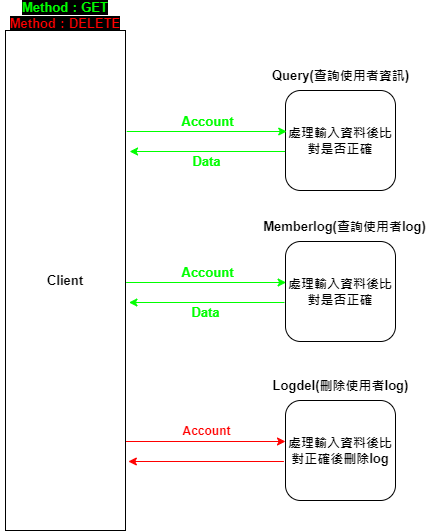
Anla3421/myGoMemberServer keeps this draw.io diagram as chart flow memberServer2.png. Above is the earlier version. Source tidied: cells renumbered, new cells last; positions are measured from the earlier drawing's top-left corner, leaving out a move shared by most shapes. Source of this version:
```xml
<mxGraphModel>
  <root>
    <mxCell id="0" />
    <mxCell id="1" parent="0" />
    <mxCell id="2" value="&lt;span&gt;處理輸入資料後比對是否正確&lt;/span&gt;" style="rounded=1;whiteSpace=wrap;html=1;fontSize=13;fontStyle=1;" parent="1" vertex="1">
      <mxGeometry x="285" y="90" width="110" height="100" as="geometry" />
    </mxCell>
    <mxCell id="3" value="&lt;span&gt;處理輸入資料後比對是否正確&lt;/span&gt;" style="rounded=1;whiteSpace=wrap;html=1;fontSize=13;fontStyle=1;" parent="1" vertex="1">
      <mxGeometry x="285" y="241" width="110" height="100" as="geometry" />
    </mxCell>
    <mxCell id="4" value="Memberlog(查詢使用者log)" style="text;html=1;strokeColor=none;fillColor=none;align=center;verticalAlign=middle;whiteSpace=wrap;rounded=0;fontSize=13;fontStyle=1;" parent="1" vertex="1">
      <mxGeometry x="257.5" y="211" width="173" height="30" as="geometry" />
    </mxCell>
    <mxCell id="5" value="&lt;span&gt;處理輸入資料後比對正確後刪除log&lt;/span&gt;" style="rounded=1;whiteSpace=wrap;html=1;fontSize=13;fontStyle=1;" parent="1" vertex="1">
      <mxGeometry x="285" y="400" width="110" height="100" as="geometry" />
    </mxCell>
    <mxCell id="6" style="endArrow=classic;html=1;rounded=0;entryX=0;entryY=0.5;entryDx=0;entryDy=0;fontColor=#FF0000;labelBorderColor=none;strokeColor=#FF0000;" parent="1" edge="1">
      <mxGeometry relative="1" as="geometry">
        <mxPoint x="125" y="441" as="sourcePoint" />
        <mxPoint x="285" y="441" as="targetPoint" />
      </mxGeometry>
    </mxCell>
    <mxCell id="7" value="Account" style="edgeLabel;html=1;align=center;verticalAlign=middle;fontSize=11;fontStyle=1;fontColor=#FF0000;labelBorderColor=none;endArrow=classic;rounded=0;strokeColor=default;" parent="1" vertex="1">
      <mxGeometry x="205.6" y="430" as="geometry" />
    </mxCell>
    <mxCell id="8" value="Logdel(刪除使用者log)" style="text;html=1;strokeColor=none;fillColor=none;align=center;verticalAlign=middle;whiteSpace=wrap;rounded=0;fontSize=13;fontStyle=1;" parent="1" vertex="1">
      <mxGeometry x="268.5" y="370" width="143" height="30" as="geometry" />
    </mxCell>
    <mxCell id="9" value="Query(查詢使用者資訊)" style="text;html=1;strokeColor=none;fillColor=none;align=center;verticalAlign=middle;whiteSpace=wrap;rounded=0;fontSize=13;fontStyle=1;" parent="1" vertex="1">
      <mxGeometry x="268.5" y="60" width="143" height="30" as="geometry" />
    </mxCell>
    <mxCell id="10" value="Client" style="rounded=0;whiteSpace=wrap;html=1;fontSize=13;fontStyle=1;" parent="1" vertex="1">
      <mxGeometry x="5" y="30" width="120" height="500" as="geometry" />
    </mxCell>
    <mxCell id="11" value="&lt;span style=&quot;background-color: rgb(0 , 0 , 0)&quot;&gt;&lt;font color=&quot;#00ff00&quot;&gt;Method：GET&lt;/font&gt;&lt;br&gt;&lt;font color=&quot;#ff0000&quot;&gt;Method：DELETE&lt;/font&gt;&lt;/span&gt;" style="text;html=1;strokeColor=none;fillColor=none;align=center;verticalAlign=middle;whiteSpace=wrap;rounded=0;fontStyle=1;fontSize=13;" parent="1" vertex="1">
      <mxGeometry width="130" height="30" as="geometry" />
    </mxCell>
    <mxCell id="12" style="edgeStyle=orthogonalEdgeStyle;rounded=0;orthogonalLoop=1;jettySize=auto;html=1;exitX=0;exitY=0.75;exitDx=0;exitDy=0;entryX=1.037;entryY=0.21;entryDx=0;entryDy=0;entryPerimeter=0;fontSize=11;fontColor=#FF0000;labelBorderColor=none;strokeColor=#FF0000;" parent="1" edge="1">
      <mxGeometry relative="1" as="geometry">
        <mxPoint x="283.4" y="461" as="sourcePoint" />
        <mxPoint x="127.8" y="461" as="targetPoint" />
      </mxGeometry>
    </mxCell>
    <mxCell id="13" style="endArrow=classic;html=1;rounded=0;entryX=0;entryY=0.5;entryDx=0;entryDy=0;fontColor=#00FF00;strokeColor=#00FF00;" parent="1" edge="1">
      <mxGeometry relative="1" as="geometry">
        <mxPoint x="125.6" y="282" as="sourcePoint" />
        <mxPoint x="285.6" y="282" as="targetPoint" />
      </mxGeometry>
    </mxCell>
    <mxCell id="14" value="Account" style="edgeLabel;html=1;align=center;verticalAlign=middle;fontSize=13;fontStyle=1;fontColor=#00FF00;" parent="1" vertex="1">
      <mxGeometry x="206.2" y="271" as="geometry" />
    </mxCell>
    <mxCell id="15" style="edgeStyle=orthogonalEdgeStyle;rounded=0;orthogonalLoop=1;jettySize=auto;html=1;exitX=0;exitY=0.75;exitDx=0;exitDy=0;entryX=1.037;entryY=0.21;entryDx=0;entryDy=0;entryPerimeter=0;fontSize=13;fontColor=#00FF00;strokeColor=#00FF00;" parent="1" edge="1">
      <mxGeometry relative="1" as="geometry">
        <mxPoint x="284" y="302" as="sourcePoint" />
        <mxPoint x="128.4" y="302" as="targetPoint" />
      </mxGeometry>
    </mxCell>
    <mxCell id="16" value="Data" style="edgeLabel;html=1;align=center;verticalAlign=middle;fontSize=13;fontStyle=1;fontColor=#00FF00;" parent="1" vertex="1">
      <mxGeometry x="204.6" y="311" as="geometry" />
    </mxCell>
    <mxCell id="17" style="endArrow=classic;html=1;rounded=0;entryX=0;entryY=0.5;entryDx=0;entryDy=0;fontColor=#00FF00;strokeColor=#00FF00;" parent="1" edge="1">
      <mxGeometry relative="1" as="geometry">
        <mxPoint x="126.2" y="131" as="sourcePoint" />
        <mxPoint x="286.2" y="131" as="targetPoint" />
      </mxGeometry>
    </mxCell>
    <mxCell id="18" value="Account" style="edgeLabel;html=1;align=center;verticalAlign=middle;fontSize=13;fontStyle=1;fontColor=#00FF00;" parent="1" vertex="1">
      <mxGeometry x="206.8" y="120" as="geometry" />
    </mxCell>
    <mxCell id="19" style="edgeStyle=orthogonalEdgeStyle;rounded=0;orthogonalLoop=1;jettySize=auto;html=1;exitX=0;exitY=0.75;exitDx=0;exitDy=0;entryX=1.037;entryY=0.21;entryDx=0;entryDy=0;entryPerimeter=0;fontSize=13;fontColor=#00FF00;strokeColor=#00FF00;" parent="1" edge="1">
      <mxGeometry relative="1" as="geometry">
        <mxPoint x="284.6" y="151" as="sourcePoint" />
        <mxPoint x="129" y="151" as="targetPoint" />
      </mxGeometry>
    </mxCell>
    <mxCell id="20" value="Data" style="edgeLabel;html=1;align=center;verticalAlign=middle;fontSize=13;fontStyle=1;fontColor=#00FF00;" parent="1" vertex="1">
      <mxGeometry x="205.2" y="160" as="geometry" />
    </mxCell>
  </root>
</mxGraphModel>
```
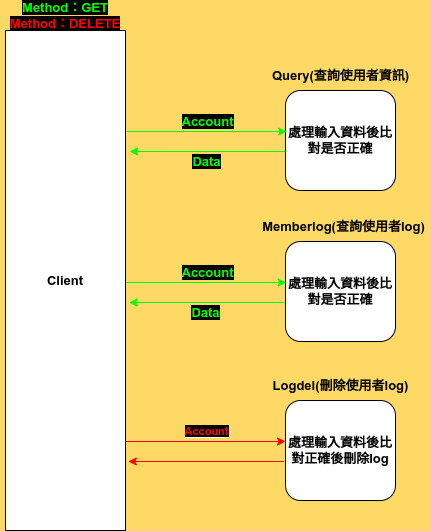
Above is the later version.

The edit, as a diff of the source:
```diff
@@ -1,81 +1,81 @@
-<mxGraphModel>
+<mxGraphModel background="#FFD966">
   <root>
-    <mxCell id="0" />
-    <mxCell id="1" parent="0" />
-    <mxCell id="2" value="&lt;span&gt;處理輸入資料後比對是否正確&lt;/span&gt;" style="rounded=1;whiteSpace=wrap;html=1;fontSize=13;fontStyle=1;" parent="1" vertex="1">
-      <mxGeometry x="285" y="90" width="110" height="100" as="geometry" />
-    </mxCell>
-    <mxCell id="3" value="&lt;span&gt;處理輸入資料後比對是否正確&lt;/span&gt;" style="rounded=1;whiteSpace=wrap;html=1;fontSize=13;fontStyle=1;" parent="1" vertex="1">
-      <mxGeometry x="285" y="241" width="110" height="100" as="geometry" />
-    </mxCell>
+    <mxCell id="21" />
+    <mxCell id="22" parent="21" />
+    <mxCell id="23" value="&lt;span&gt;處理輸入資料後比對是否正確&lt;/span&gt;" style="rounded=1;whiteSpace=wrap;html=1;fontSize=13;fontStyle=1;" parent="22" vertex="1">
+      <mxGeometry x="285" y="90" width="110" height="100" as="geometry" />
+    </mxCell>
+    <mxCell id="24" value="&lt;span&gt;處理輸入資料後比對是否正確&lt;/span&gt;" style="rounded=1;whiteSpace=wrap;html=1;fontSize=13;fontStyle=1;" parent="22" vertex="1">
+      <mxGeometry x="285" y="241" width="110" height="100" as="geometry" />
+    </mxCell>
-    <mxCell id="4" value="Memberlog(查詢使用者log)" style="text;html=1;strokeColor=none;fillColor=none;align=center;verticalAlign=middle;whiteSpace=wrap;rounded=0;fontSize=13;fontStyle=1;" parent="1" vertex="1">
+    <mxCell id="4" value="Memberlog(查詢使用者log)" style="text;html=1;strokeColor=none;fillColor=none;align=center;verticalAlign=middle;whiteSpace=wrap;rounded=0;fontSize=13;fontStyle=1;" parent="22" vertex="1">
       <mxGeometry x="257.5" y="211" width="173" height="30" as="geometry" />
     </mxCell>
-    <mxCell id="5" value="&lt;span&gt;處理輸入資料後比對正確後刪除log&lt;/span&gt;" style="rounded=1;whiteSpace=wrap;html=1;fontSize=13;fontStyle=1;" parent="1" vertex="1">
+    <mxCell id="5" value="&lt;span&gt;處理輸入資料後比對正確後刪除log&lt;/span&gt;" style="rounded=1;whiteSpace=wrap;html=1;fontSize=13;fontStyle=1;" parent="22" vertex="1">
       <mxGeometry x="285" y="400" width="110" height="100" as="geometry" />
     </mxCell>
-    <mxCell id="6" style="endArrow=classic;html=1;rounded=0;entryX=0;entryY=0.5;entryDx=0;entryDy=0;fontColor=#FF0000;labelBorderColor=none;strokeColor=#FF0000;" parent="1" edge="1">
-      <mxGeometry relative="1" as="geometry">
-        <mxPoint x="125" y="441" as="sourcePoint" />
-        <mxPoint x="285" y="441" as="targetPoint" />
-      </mxGeometry>
-    </mxCell>
-    <mxCell id="7" value="Account" style="edgeLabel;html=1;align=center;verticalAlign=middle;fontSize=11;fontStyle=1;fontColor=#FF0000;labelBorderColor=none;endArrow=classic;rounded=0;strokeColor=default;" parent="1" vertex="1">
-      <mxGeometry x="205.6" y="430" as="geometry" />
-    </mxCell>
+    <mxCell id="25" style="endArrow=classic;html=1;rounded=0;entryX=0;entryY=0.5;entryDx=0;entryDy=0;fontColor=#FF0000;labelBorderColor=none;strokeColor=#FF0000;" parent="22" edge="1">
+      <mxGeometry relative="1" as="geometry">
+        <mxPoint x="125" y="441" as="sourcePoint" />
+        <mxPoint x="285" y="441" as="targetPoint" />
+      </mxGeometry>
+    </mxCell>
+    <mxCell id="26" value="&lt;span style=&quot;background-color: rgb(0, 0, 0);&quot;&gt;Account&lt;/span&gt;" style="edgeLabel;html=1;align=center;verticalAlign=middle;fontSize=11;fontStyle=1;fontColor=#FF0000;labelBorderColor=none;endArrow=classic;rounded=0;strokeColor=default;" parent="22" vertex="1">
+      <mxGeometry x="205.6" y="430" as="geometry" />
+    </mxCell>
-    <mxCell id="8" value="Logdel(刪除使用者log)" style="text;html=1;strokeColor=none;fillColor=none;align=center;verticalAlign=middle;whiteSpace=wrap;rounded=0;fontSize=13;fontStyle=1;" parent="1" vertex="1">
+    <mxCell id="8" value="Logdel(刪除使用者log)" style="text;html=1;strokeColor=none;fillColor=none;align=center;verticalAlign=middle;whiteSpace=wrap;rounded=0;fontSize=13;fontStyle=1;" parent="22" vertex="1">
       <mxGeometry x="268.5" y="370" width="143" height="30" as="geometry" />
     </mxCell>
-    <mxCell id="9" value="Query(查詢使用者資訊)" style="text;html=1;strokeColor=none;fillColor=none;align=center;verticalAlign=middle;whiteSpace=wrap;rounded=0;fontSize=13;fontStyle=1;" parent="1" vertex="1">
+    <mxCell id="9" value="Query(查詢使用者資訊)" style="text;html=1;strokeColor=none;fillColor=none;align=center;verticalAlign=middle;whiteSpace=wrap;rounded=0;fontSize=13;fontStyle=1;" parent="22" vertex="1">
       <mxGeometry x="268.5" y="60" width="143" height="30" as="geometry" />
     </mxCell>
-    <mxCell id="10" value="Client" style="rounded=0;whiteSpace=wrap;html=1;fontSize=13;fontStyle=1;" parent="1" vertex="1">
+    <mxCell id="10" value="Client" style="rounded=0;whiteSpace=wrap;html=1;fontSize=13;fontStyle=1;" parent="22" vertex="1">
       <mxGeometry x="5" y="30" width="120" height="500" as="geometry" />
     </mxCell>
-    <mxCell id="11" value="&lt;span style=&quot;background-color: rgb(0 , 0 , 0)&quot;&gt;&lt;font color=&quot;#00ff00&quot;&gt;Method：GET&lt;/font&gt;&lt;br&gt;&lt;font color=&quot;#ff0000&quot;&gt;Method：DELETE&lt;/font&gt;&lt;/span&gt;" style="text;html=1;strokeColor=none;fillColor=none;align=center;verticalAlign=middle;whiteSpace=wrap;rounded=0;fontStyle=1;fontSize=13;" parent="1" vertex="1">
+    <mxCell id="11" value="&lt;span style=&quot;background-color: rgb(0 , 0 , 0)&quot;&gt;&lt;font color=&quot;#00ff00&quot;&gt;Method：GET&lt;/font&gt;&lt;br&gt;&lt;font color=&quot;#ff0000&quot;&gt;Method：DELETE&lt;/font&gt;&lt;/span&gt;" style="text;html=1;strokeColor=none;fillColor=none;align=center;verticalAlign=middle;whiteSpace=wrap;rounded=0;fontStyle=1;fontSize=13;" parent="22" vertex="1">
       <mxGeometry width="130" height="30" as="geometry" />
     </mxCell>
-    <mxCell id="12" style="edgeStyle=orthogonalEdgeStyle;rounded=0;orthogonalLoop=1;jettySize=auto;html=1;exitX=0;exitY=0.75;exitDx=0;exitDy=0;entryX=1.037;entryY=0.21;entryDx=0;entryDy=0;entryPerimeter=0;fontSize=11;fontColor=#FF0000;labelBorderColor=none;strokeColor=#FF0000;" parent="1" edge="1">
-      <mxGeometry relative="1" as="geometry">
-        <mxPoint x="283.4" y="461" as="sourcePoint" />
-        <mxPoint x="127.8" y="461" as="targetPoint" />
-      </mxGeometry>
-    </mxCell>
-    <mxCell id="13" style="endArrow=classic;html=1;rounded=0;entryX=0;entryY=0.5;entryDx=0;entryDy=0;fontColor=#00FF00;strokeColor=#00FF00;" parent="1" edge="1">
-      <mxGeometry relative="1" as="geometry">
-        <mxPoint x="125.6" y="282" as="sourcePoint" />
-        <mxPoint x="285.6" y="282" as="targetPoint" />
-      </mxGeometry>
-    </mxCell>
-    <mxCell id="14" value="Account" style="edgeLabel;html=1;align=center;verticalAlign=middle;fontSize=13;fontStyle=1;fontColor=#00FF00;" parent="1" vertex="1">
-      <mxGeometry x="206.2" y="271" as="geometry" />
-    </mxCell>
-    <mxCell id="15" style="edgeStyle=orthogonalEdgeStyle;rounded=0;orthogonalLoop=1;jettySize=auto;html=1;exitX=0;exitY=0.75;exitDx=0;exitDy=0;entryX=1.037;entryY=0.21;entryDx=0;entryDy=0;entryPerimeter=0;fontSize=13;fontColor=#00FF00;strokeColor=#00FF00;" parent="1" edge="1">
-      <mxGeometry relative="1" as="geometry">
-        <mxPoint x="284" y="302" as="sourcePoint" />
-        <mxPoint x="128.4" y="302" as="targetPoint" />
-      </mxGeometry>
-    </mxCell>
-    <mxCell id="16" value="Data" style="edgeLabel;html=1;align=center;verticalAlign=middle;fontSize=13;fontStyle=1;fontColor=#00FF00;" parent="1" vertex="1">
-      <mxGeometry x="204.6" y="311" as="geometry" />
-    </mxCell>
-    <mxCell id="17" style="endArrow=classic;html=1;rounded=0;entryX=0;entryY=0.5;entryDx=0;entryDy=0;fontColor=#00FF00;strokeColor=#00FF00;" parent="1" edge="1">
-      <mxGeometry relative="1" as="geometry">
-        <mxPoint x="126.2" y="131" as="sourcePoint" />
-        <mxPoint x="286.2" y="131" as="targetPoint" />
-      </mxGeometry>
-    </mxCell>
-    <mxCell id="18" value="Account" style="edgeLabel;html=1;align=center;verticalAlign=middle;fontSize=13;fontStyle=1;fontColor=#00FF00;" parent="1" vertex="1">
-      <mxGeometry x="206.8" y="120" as="geometry" />
-    </mxCell>
-    <mxCell id="19" style="edgeStyle=orthogonalEdgeStyle;rounded=0;orthogonalLoop=1;jettySize=auto;html=1;exitX=0;exitY=0.75;exitDx=0;exitDy=0;entryX=1.037;entryY=0.21;entryDx=0;entryDy=0;entryPerimeter=0;fontSize=13;fontColor=#00FF00;strokeColor=#00FF00;" parent="1" edge="1">
-      <mxGeometry relative="1" as="geometry">
-        <mxPoint x="284.6" y="151" as="sourcePoint" />
-        <mxPoint x="129" y="151" as="targetPoint" />
-      </mxGeometry>
-    </mxCell>
-    <mxCell id="20" value="Data" style="edgeLabel;html=1;align=center;verticalAlign=middle;fontSize=13;fontStyle=1;fontColor=#00FF00;" parent="1" vertex="1">
-      <mxGeometry x="205.2" y="160" as="geometry" />
-    </mxCell>
+    <mxCell id="27" style="edgeStyle=orthogonalEdgeStyle;rounded=0;orthogonalLoop=1;jettySize=auto;html=1;exitX=0;exitY=0.75;exitDx=0;exitDy=0;entryX=1.037;entryY=0.21;entryDx=0;entryDy=0;entryPerimeter=0;fontSize=11;fontColor=#FF0000;labelBorderColor=none;strokeColor=#FF0000;" parent="22" edge="1">
+      <mxGeometry relative="1" as="geometry">
+        <mxPoint x="283.4" y="461" as="sourcePoint" />
+        <mxPoint x="127.8" y="461" as="targetPoint" />
+      </mxGeometry>
+    </mxCell>
+    <mxCell id="28" style="endArrow=classic;html=1;rounded=0;entryX=0;entryY=0.5;entryDx=0;entryDy=0;fontColor=#00FF00;strokeColor=#00FF00;" parent="22" edge="1">
+      <mxGeometry relative="1" as="geometry">
+        <mxPoint x="125.6" y="282" as="sourcePoint" />
+        <mxPoint x="285.6" y="282" as="targetPoint" />
+      </mxGeometry>
+    </mxCell>
+    <mxCell id="29" value="&lt;span style=&quot;background-color: rgb(0, 0, 0);&quot;&gt;Account&lt;/span&gt;" style="edgeLabel;html=1;align=center;verticalAlign=middle;fontSize=13;fontStyle=1;fontColor=#00FF00;" parent="22" vertex="1">
+      <mxGeometry x="206.2" y="271" as="geometry" />
+    </mxCell>
+    <mxCell id="30" style="edgeStyle=orthogonalEdgeStyle;rounded=0;orthogonalLoop=1;jettySize=auto;html=1;exitX=0;exitY=0.75;exitDx=0;exitDy=0;entryX=1.037;entryY=0.21;entryDx=0;entryDy=0;entryPerimeter=0;fontSize=13;fontColor=#00FF00;strokeColor=#00FF00;" parent="22" edge="1">
+      <mxGeometry relative="1" as="geometry">
+        <mxPoint x="284" y="302" as="sourcePoint" />
+        <mxPoint x="128.4" y="302" as="targetPoint" />
+      </mxGeometry>
+    </mxCell>
+    <mxCell id="31" value="&lt;span style=&quot;background-color: rgb(0, 0, 0);&quot;&gt;Data&lt;/span&gt;" style="edgeLabel;html=1;align=center;verticalAlign=middle;fontSize=13;fontStyle=1;fontColor=#00FF00;" parent="22" vertex="1">
+      <mxGeometry x="204.6" y="311" as="geometry" />
+    </mxCell>
+    <mxCell id="32" style="endArrow=classic;html=1;rounded=0;entryX=0;entryY=0.5;entryDx=0;entryDy=0;fontColor=#00FF00;strokeColor=#00FF00;" parent="22" edge="1">
+      <mxGeometry relative="1" as="geometry">
+        <mxPoint x="126.2" y="131" as="sourcePoint" />
+        <mxPoint x="286.2" y="131" as="targetPoint" />
+      </mxGeometry>
+    </mxCell>
+    <mxCell id="33" value="&lt;span style=&quot;background-color: rgb(0, 0, 0);&quot;&gt;Account&lt;/span&gt;" style="edgeLabel;html=1;align=center;verticalAlign=middle;fontSize=13;fontStyle=1;fontColor=#00FF00;" parent="22" vertex="1">
+      <mxGeometry x="206.8" y="120" as="geometry" />
+    </mxCell>
+    <mxCell id="34" style="edgeStyle=orthogonalEdgeStyle;rounded=0;orthogonalLoop=1;jettySize=auto;html=1;exitX=0;exitY=0.75;exitDx=0;exitDy=0;entryX=1.037;entryY=0.21;entryDx=0;entryDy=0;entryPerimeter=0;fontSize=13;fontColor=#00FF00;strokeColor=#00FF00;" parent="22" edge="1">
+      <mxGeometry relative="1" as="geometry">
+        <mxPoint x="284.6" y="151" as="sourcePoint" />
+        <mxPoint x="129" y="151" as="targetPoint" />
+      </mxGeometry>
+    </mxCell>
+    <mxCell id="35" value="&lt;span style=&quot;background-color: rgb(0, 0, 0);&quot;&gt;Data&lt;/span&gt;" style="edgeLabel;html=1;align=center;verticalAlign=middle;fontSize=13;fontStyle=1;fontColor=#00FF00;" parent="22" vertex="1">
+      <mxGeometry x="205.2" y="160" as="geometry" />
+    </mxCell>
   </root>
 </mxGraphModel>
```
